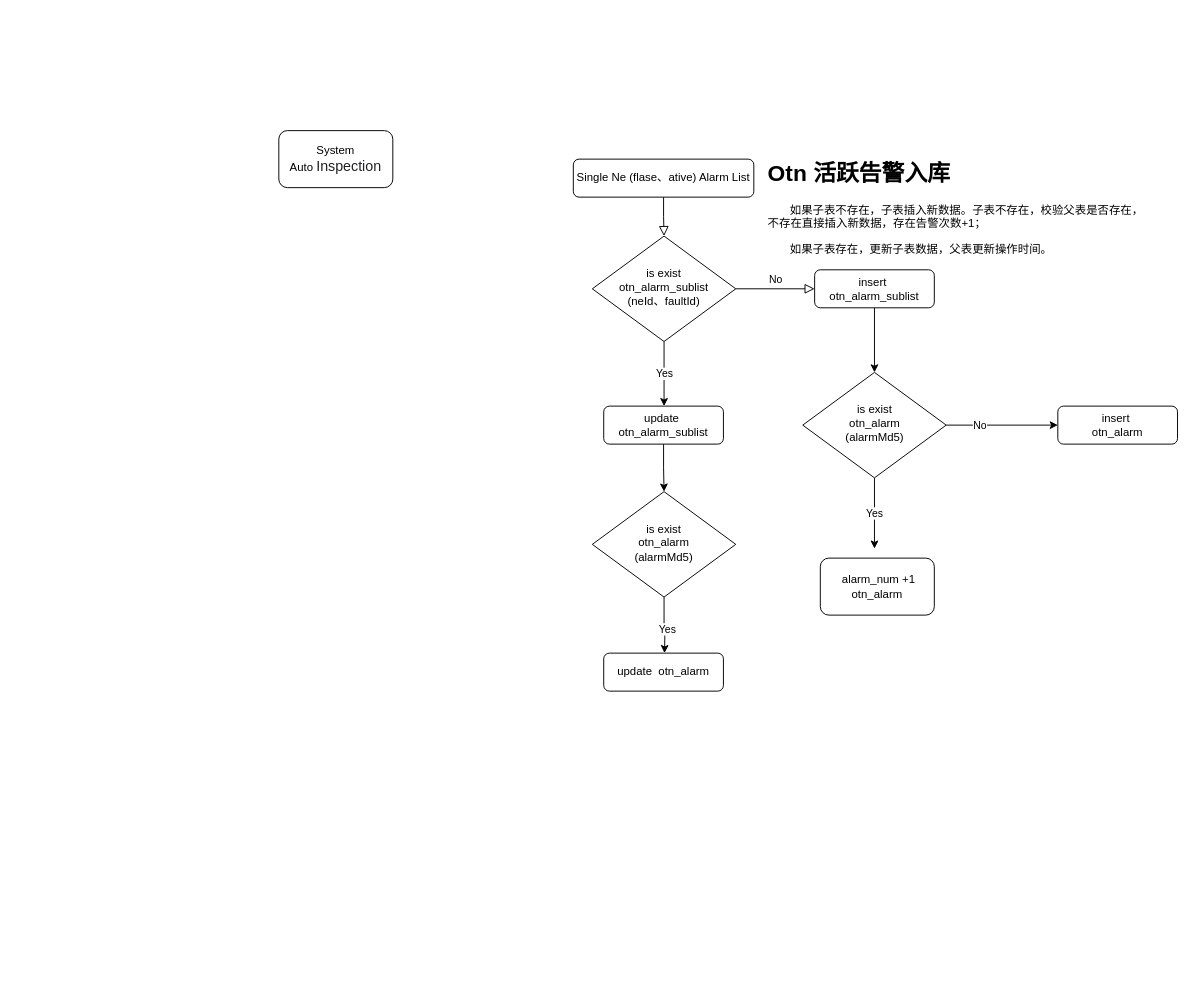
This is Untitled Diagram.drawio from sishuiwuxie/diagrams, a draw.io file, before an edit. Source tidied: cells renumbered, new cells numbered last; positions are measured from the earlier drawing's top-left corner, leaving out a move shared by most shapes. Both pictures are drawn from the tidied source at 95%, with x=0, y=0 at pixel (278, 130).
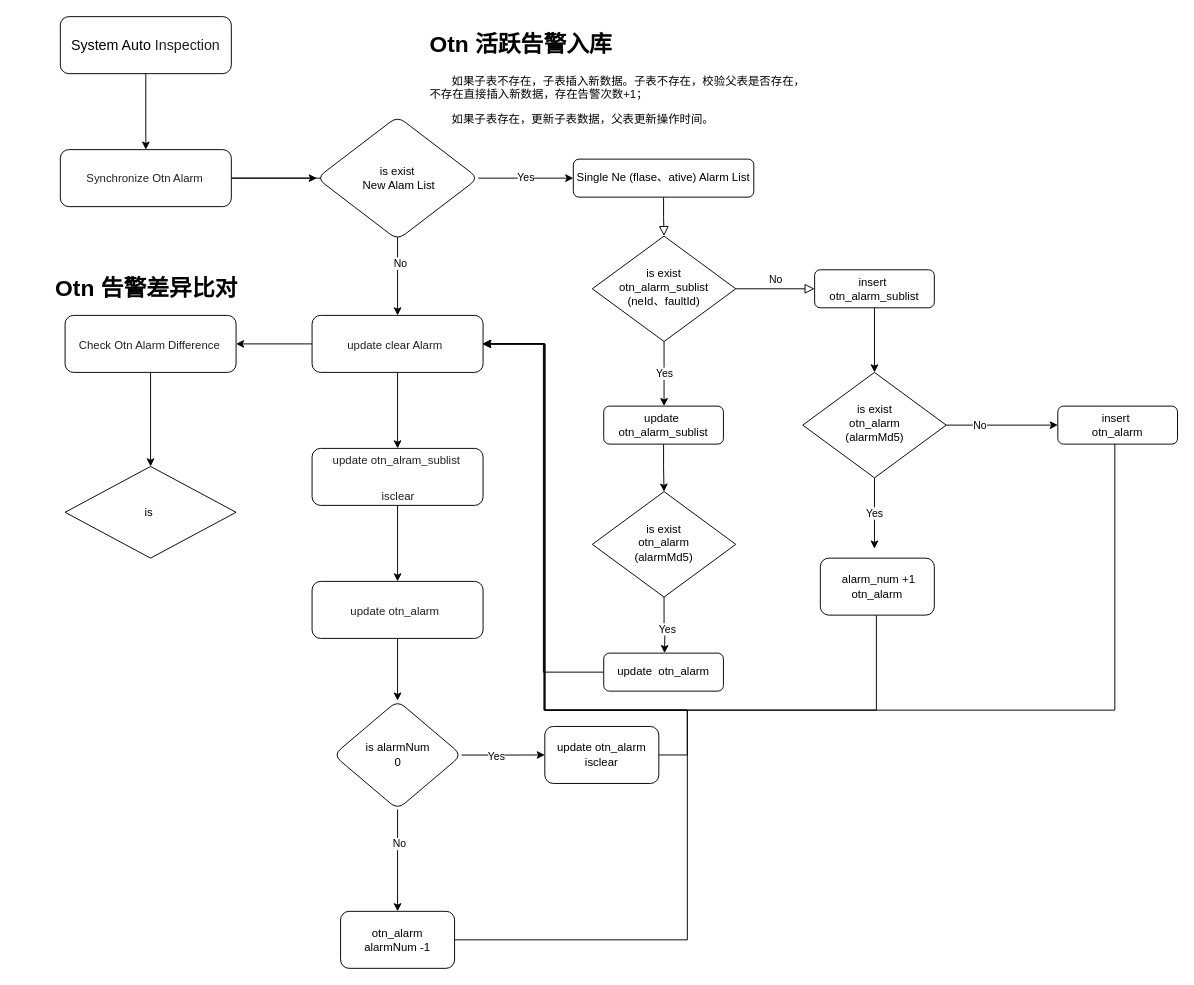
Above is the later version.

Unchanged cells that the change refers to:
```xml
<mxCell id="3" value="Single Ne (flase、ative) Alarm List" style="rounded=1;whiteSpace=wrap;html=1;fontSize=12;glass=0;strokeWidth=1;shadow=0;" parent="1" vertex="1">
  <mxGeometry x="310" y="30" width="190" height="40" as="geometry" />
</mxCell>
<mxCell id="18" value="update&amp;nbsp; otn_alarm" style="rounded=1;whiteSpace=wrap;html=1;fontSize=12;glass=0;strokeWidth=1;shadow=0;" parent="1" vertex="1">
  <mxGeometry x="342" y="550" width="126" height="40" as="geometry" />
</mxCell>
<mxCell id="19" value="insert&amp;nbsp; &lt;br&gt;otn_alarm" style="rounded=1;whiteSpace=wrap;html=1;fontSize=12;glass=0;strokeWidth=1;shadow=0;" parent="1" vertex="1">
  <mxGeometry x="820" y="290" width="126" height="40" as="geometry" />
</mxCell>
```

Change to the diagram source:
```diff
@@
+    <mxCell id="23" style="edgeStyle=orthogonalEdgeStyle;rounded=0;jettySize=auto;html=1;entryX=1;entryY=0.5;entryDx=0;entryDy=0;" parent="1" edge="1" source="18" target="35">
+      <mxGeometry relative="1" as="geometry" />
+    </mxCell>
@@
+    <mxCell id="24" style="edgeStyle=orthogonalEdgeStyle;rounded=0;jettySize=auto;html=1;entryX=1;entryY=0.5;entryDx=0;entryDy=0;" parent="1" edge="1" source="19" target="35">
+      <mxGeometry relative="1" as="geometry">
+        <Array as="points">
+          <mxPoint x="880" y="610" />
+          <mxPoint x="280" y="610" />
+          <mxPoint x="280" y="225" />
+        </Array>
+      </mxGeometry>
+    </mxCell>
@@
+    <mxCell id="25" style="edgeStyle=orthogonalEdgeStyle;rounded=0;orthogonalLoop=1;jettySize=auto;html=1;entryX=1;entryY=0.5;entryDx=0;entryDy=0;" parent="1" edge="1">
+      <mxGeometry relative="1" as="geometry">
+        <mxPoint x="629" y="510" as="sourcePoint" />
+        <mxPoint x="214" y="224.5" as="targetPoint" />
+        <Array as="points">
+          <mxPoint x="629" y="610" />
+          <mxPoint x="279" y="610" />
+          <mxPoint x="279" y="225" />
+        </Array>
+      </mxGeometry>
+    </mxCell>
@@
     <mxCell id="21" value="&lt;h1&gt;Otn 活跃告警入库&lt;/h1&gt;&lt;p&gt;&amp;nbsp; &amp;nbsp; &amp;nbsp; &amp;nbsp;如果子表不存在，子表插入新数据。子表不存在，校验父表是否存在，不存在直接插入新数据，存在告警次数+1；&lt;/p&gt;&lt;p&gt;&amp;nbsp; &amp;nbsp; &amp;nbsp; &amp;nbsp;如果子表存在，更新子表数据，父表更新操作时间。&lt;/p&gt;" style="text;html=1;strokeColor=none;fillColor=none;spacing=5;spacingTop=-20;whiteSpace=wrap;overflow=hidden;rounded=0;" parent="1" vertex="1">
-      <mxGeometry x="510" y="26" width="410" height="120" as="geometry" />
+      <mxGeometry x="154" y="-110" width="410" height="120" as="geometry" />
     </mxCell>
+    <mxCell id="26" style="edgeStyle=orthogonalEdgeStyle;rounded=0;jettySize=auto;html=1;" parent="1" edge="1" source="22" target="30">
+      <mxGeometry relative="1" as="geometry" />
+    </mxCell>
-    <mxCell id="22" value="System Auto&amp;nbsp;&lt;span style=&quot;color: rgb(32 , 33 , 36) ; font-family: inherit ; text-align: left&quot;&gt;&lt;font style=&quot;font-size: 15px&quot;&gt;Inspection&lt;/font&gt;&lt;/span&gt;" style="rounded=1;whiteSpace=wrap;html=1;" parent="1" vertex="1">
-      <mxGeometry width="120" height="60" as="geometry" />
+    <mxCell id="22" value="&lt;font style=&quot;font-size: 15px&quot;&gt;System Auto&amp;nbsp;&lt;span style=&quot;color: rgb(32 , 33 , 36) ; font-family: inherit ; text-align: left&quot;&gt;&lt;font style=&quot;font-size: 15px&quot;&gt;Inspection&lt;/font&gt;&lt;/span&gt;&lt;/font&gt;" style="rounded=1;whiteSpace=wrap;html=1;" parent="1" vertex="1">
+      <mxGeometry x="-230" y="-120" width="180" height="60" as="geometry" />
     </mxCell>
+    <mxCell id="27" style="edgeStyle=orthogonalEdgeStyle;rounded=0;jettySize=auto;html=1;" parent="1" edge="1" source="30" target="32">
+      <mxGeometry relative="1" as="geometry" />
+    </mxCell>
+    <mxCell id="28" style="edgeStyle=orthogonalEdgeStyle;rounded=0;jettySize=auto;html=1;" parent="1" edge="1" source="30" target="35">
+      <mxGeometry relative="1" as="geometry" />
+    </mxCell>
+    <mxCell id="29" value="No" style="edgeLabel;html=1;align=center;verticalAlign=middle;" parent="28" vertex="1">
+      <mxGeometry x="0.65" y="2" relative="1" as="geometry" />
+    </mxCell>
+    <mxCell id="30" value="&lt;pre class=&quot;tw-data-text tw-text-large XcVN5d tw-ta&quot; id=&quot;tw-target-text&quot; dir=&quot;ltr&quot; style=&quot;line-height: 36px ; border: none ; padding: 2px 0.14em 2px 0px ; position: relative ; margin-top: -2px ; margin-bottom: -2px ; resize: none ; font-family: inherit ; overflow: hidden ; width: 270px ; overflow-wrap: break-word ; color: rgb(32 , 33 , 36)&quot;&gt;Synchronize Otn Alarm&lt;/pre&gt;" style="rounded=1;whiteSpace=wrap;html=1;align=center;" parent="1" vertex="1">
+      <mxGeometry x="-230" y="20" width="180" height="60" as="geometry" />
+    </mxCell>
+    <mxCell id="31" value="Yes" style="edgeStyle=orthogonalEdgeStyle;rounded=0;jettySize=auto;html=1;" parent="1" edge="1" source="32" target="3">
+      <mxGeometry relative="1" as="geometry" />
+    </mxCell>
+    <mxCell id="32" value="is exist&lt;br&gt;&amp;nbsp;New Alam List" style="rhombus;whiteSpace=wrap;html=1;rounded=1;" parent="1" vertex="1">
+      <mxGeometry x="40" y="-15" width="170" height="130" as="geometry" />
+    </mxCell>
+    <mxCell id="33" style="edgeStyle=orthogonalEdgeStyle;rounded=0;jettySize=auto;html=1;" parent="1" edge="1" source="35" target="37">
+      <mxGeometry relative="1" as="geometry" />
+    </mxCell>
+    <mxCell id="34" style="edgeStyle=orthogonalEdgeStyle;rounded=0;jettySize=auto;html=1;" parent="1" edge="1" source="35" target="49">
+      <mxGeometry relative="1" as="geometry" />
+    </mxCell>
+    <mxCell id="35" value="&lt;pre class=&quot;tw-data-text tw-text-large XcVN5d tw-ta&quot; id=&quot;tw-target-text&quot; dir=&quot;ltr&quot; style=&quot;line-height: 36px ; border: none ; padding: 2px 0.14em 2px 0px ; position: relative ; margin-top: -2px ; margin-bottom: -2px ; resize: none ; font-family: inherit ; overflow: hidden ; width: 270px ; overflow-wrap: break-word ; color: rgb(32 , 33 , 36)&quot;&gt;update clear Alarm &lt;/pre&gt;" style="rounded=1;whiteSpace=wrap;html=1;align=center;" parent="1" vertex="1">
+      <mxGeometry x="35" y="194.5" width="180" height="60" as="geometry" />
+    </mxCell>
+    <mxCell id="36" style="edgeStyle=orthogonalEdgeStyle;rounded=0;jettySize=auto;html=1;" parent="1" edge="1" source="37" target="39">
+      <mxGeometry relative="1" as="geometry" />
+    </mxCell>
+    <mxCell id="37" value="&lt;pre class=&quot;tw-data-text tw-text-large XcVN5d tw-ta&quot; id=&quot;tw-target-text&quot; dir=&quot;ltr&quot; style=&quot;line-height: 36px ; border: none ; padding: 2px 0.14em 2px 0px ; position: relative ; margin-top: -2px ; margin-bottom: -2px ; resize: none ; font-family: inherit ; overflow: hidden ; width: 270px ; overflow-wrap: break-word ; color: rgb(32 , 33 , 36)&quot;&gt;update otn_alram_sublist&lt;/pre&gt;&lt;pre class=&quot;tw-data-text tw-text-large XcVN5d tw-ta&quot; id=&quot;tw-target-text&quot; dir=&quot;ltr&quot; style=&quot;line-height: 36px ; border: none ; padding: 2px 0.14em 2px 0px ; position: relative ; margin-top: -2px ; margin-bottom: -2px ; resize: none ; font-family: inherit ; overflow: hidden ; width: 270px ; overflow-wrap: break-word ; color: rgb(32 , 33 , 36)&quot;&gt; isclear&lt;/pre&gt;" style="rounded=1;whiteSpace=wrap;html=1;align=center;" parent="1" vertex="1">
+      <mxGeometry x="35" y="334.5" width="180" height="60" as="geometry" />
+    </mxCell>
+    <mxCell id="38" style="edgeStyle=orthogonalEdgeStyle;rounded=0;jettySize=auto;html=1;" parent="1" edge="1" source="39" target="44">
+      <mxGeometry relative="1" as="geometry" />
+    </mxCell>
+    <mxCell id="39" value="&lt;pre class=&quot;tw-data-text tw-text-large XcVN5d tw-ta&quot; id=&quot;tw-target-text&quot; dir=&quot;ltr&quot; style=&quot;line-height: 36px ; border: none ; padding: 2px 0.14em 2px 0px ; position: relative ; margin-top: -2px ; margin-bottom: -2px ; resize: none ; font-family: inherit ; overflow: hidden ; width: 270px ; overflow-wrap: break-word ; color: rgb(32 , 33 , 36)&quot;&gt;update otn_alarm &lt;/pre&gt;" style="rounded=1;whiteSpace=wrap;html=1;align=center;" parent="1" vertex="1">
+      <mxGeometry x="35" y="474.5" width="180" height="60" as="geometry" />
+    </mxCell>
+    <mxCell id="40" style="edgeStyle=orthogonalEdgeStyle;rounded=0;jettySize=auto;html=1;" parent="1" edge="1" source="44" target="46">
+      <mxGeometry relative="1" as="geometry" />
+    </mxCell>
+    <mxCell id="41" value="Yes" style="edgeLabel;html=1;align=center;verticalAlign=middle;" parent="40" vertex="1">
+      <mxGeometry x="-0.19" y="-1" relative="1" as="geometry" />
+    </mxCell>
+    <mxCell id="42" style="edgeStyle=orthogonalEdgeStyle;rounded=0;jettySize=auto;html=1;" parent="1" edge="1" source="44" target="48">
+      <mxGeometry relative="1" as="geometry" />
+    </mxCell>
+    <mxCell id="43" value="No" style="edgeLabel;html=1;align=center;verticalAlign=middle;" parent="42" vertex="1">
+      <mxGeometry x="-0.32" y="1" relative="1" as="geometry" />
+    </mxCell>
+    <mxCell id="44" value="is alarmNum&lt;br&gt;0" style="rhombus;whiteSpace=wrap;html=1;rounded=1;" parent="1" vertex="1">
+      <mxGeometry x="57.5" y="600" width="135" height="114.5" as="geometry" />
+    </mxCell>
+    <mxCell id="45" style="edgeStyle=orthogonalEdgeStyle;rounded=0;jettySize=auto;html=1;entryX=1;entryY=0.5;entryDx=0;entryDy=0;exitX=1;exitY=0.5;exitDx=0;exitDy=0;" parent="1" edge="1" source="46" target="35">
+      <mxGeometry relative="1" as="geometry">
+        <Array as="points">
+          <mxPoint x="430" y="657" />
+          <mxPoint x="430" y="610" />
+          <mxPoint x="280" y="610" />
+          <mxPoint x="280" y="225" />
+        </Array>
+      </mxGeometry>
+    </mxCell>
+    <mxCell id="46" value="update otn_alarm isclear" style="whiteSpace=wrap;html=1;rounded=1;" parent="1" vertex="1">
+      <mxGeometry x="280" y="627.2" width="120" height="60" as="geometry" />
+    </mxCell>
+    <mxCell id="47" style="edgeStyle=orthogonalEdgeStyle;rounded=0;jettySize=auto;html=1;entryX=1;entryY=0.5;entryDx=0;entryDy=0;" parent="1" edge="1" source="48" target="35">
+      <mxGeometry relative="1" as="geometry">
+        <Array as="points">
+          <mxPoint x="430" y="852" />
+          <mxPoint x="430" y="610" />
+          <mxPoint x="280" y="610" />
+          <mxPoint x="280" y="225" />
+        </Array>
+      </mxGeometry>
+    </mxCell>
+    <mxCell id="48" value="otn_alarm &lt;br&gt;alarmNum -1" style="whiteSpace=wrap;html=1;rounded=1;" parent="1" vertex="1">
+      <mxGeometry x="65" y="821.8" width="120" height="60" as="geometry" />
+    </mxCell>
+    <mxCell id="49" value="&lt;pre class=&quot;tw-data-text tw-text-large XcVN5d tw-ta&quot; id=&quot;tw-target-text&quot; dir=&quot;ltr&quot; style=&quot;line-height: 36px ; border: none ; padding: 2px 0.14em 2px 0px ; position: relative ; margin-top: -2px ; margin-bottom: -2px ; resize: none ; font-family: inherit ; overflow: hidden ; width: 270px ; overflow-wrap: break-word ; color: rgb(32 , 33 , 36)&quot;&gt;&lt;pre class=&quot;tw-data-text tw-text-large XcVN5d tw-ta&quot; id=&quot;tw-target-text&quot; dir=&quot;ltr&quot; style=&quot;line-height: 36px ; border: none ; padding: 2px 0.14em 2px 0px ; position: relative ; margin-top: -2px ; margin-bottom: -2px ; resize: none ; font-family: inherit ; overflow: hidden ; width: 270px ; overflow-wrap: break-word&quot;&gt;Check Otn Alarm Difference&lt;/pre&gt;&lt;/pre&gt;" style="rounded=1;whiteSpace=wrap;html=1;align=center;" parent="1" vertex="1">
+      <mxGeometry x="-225" y="194.5" width="180" height="60" as="geometry" />
+    </mxCell>
+    <mxCell id="50" style="edgeStyle=orthogonalEdgeStyle;rounded=0;jettySize=auto;html=1;exitX=0.5;exitY=1;exitDx=0;exitDy=0;" parent="1" edge="1" source="49" target="52">
+      <mxGeometry relative="1" as="geometry" />
+    </mxCell>
+    <mxCell id="51" value="&lt;h1&gt;Otn 告警差异比对&lt;/h1&gt;&lt;p&gt;&lt;br&gt;&lt;/p&gt;" style="text;html=1;strokeColor=none;fillColor=none;spacing=5;spacingTop=-20;whiteSpace=wrap;overflow=hidden;rounded=0;" parent="1" vertex="1">
+      <mxGeometry x="-240" y="146.5" width="240" height="43.5" as="geometry" />
+    </mxCell>
+    <mxCell id="52" value="is&amp;nbsp;" style="rhombus;whiteSpace=wrap;html=1;" parent="1" vertex="1">
+      <mxGeometry x="-225" y="353.5" width="180" height="96.5" as="geometry" />
+    </mxCell>
```
